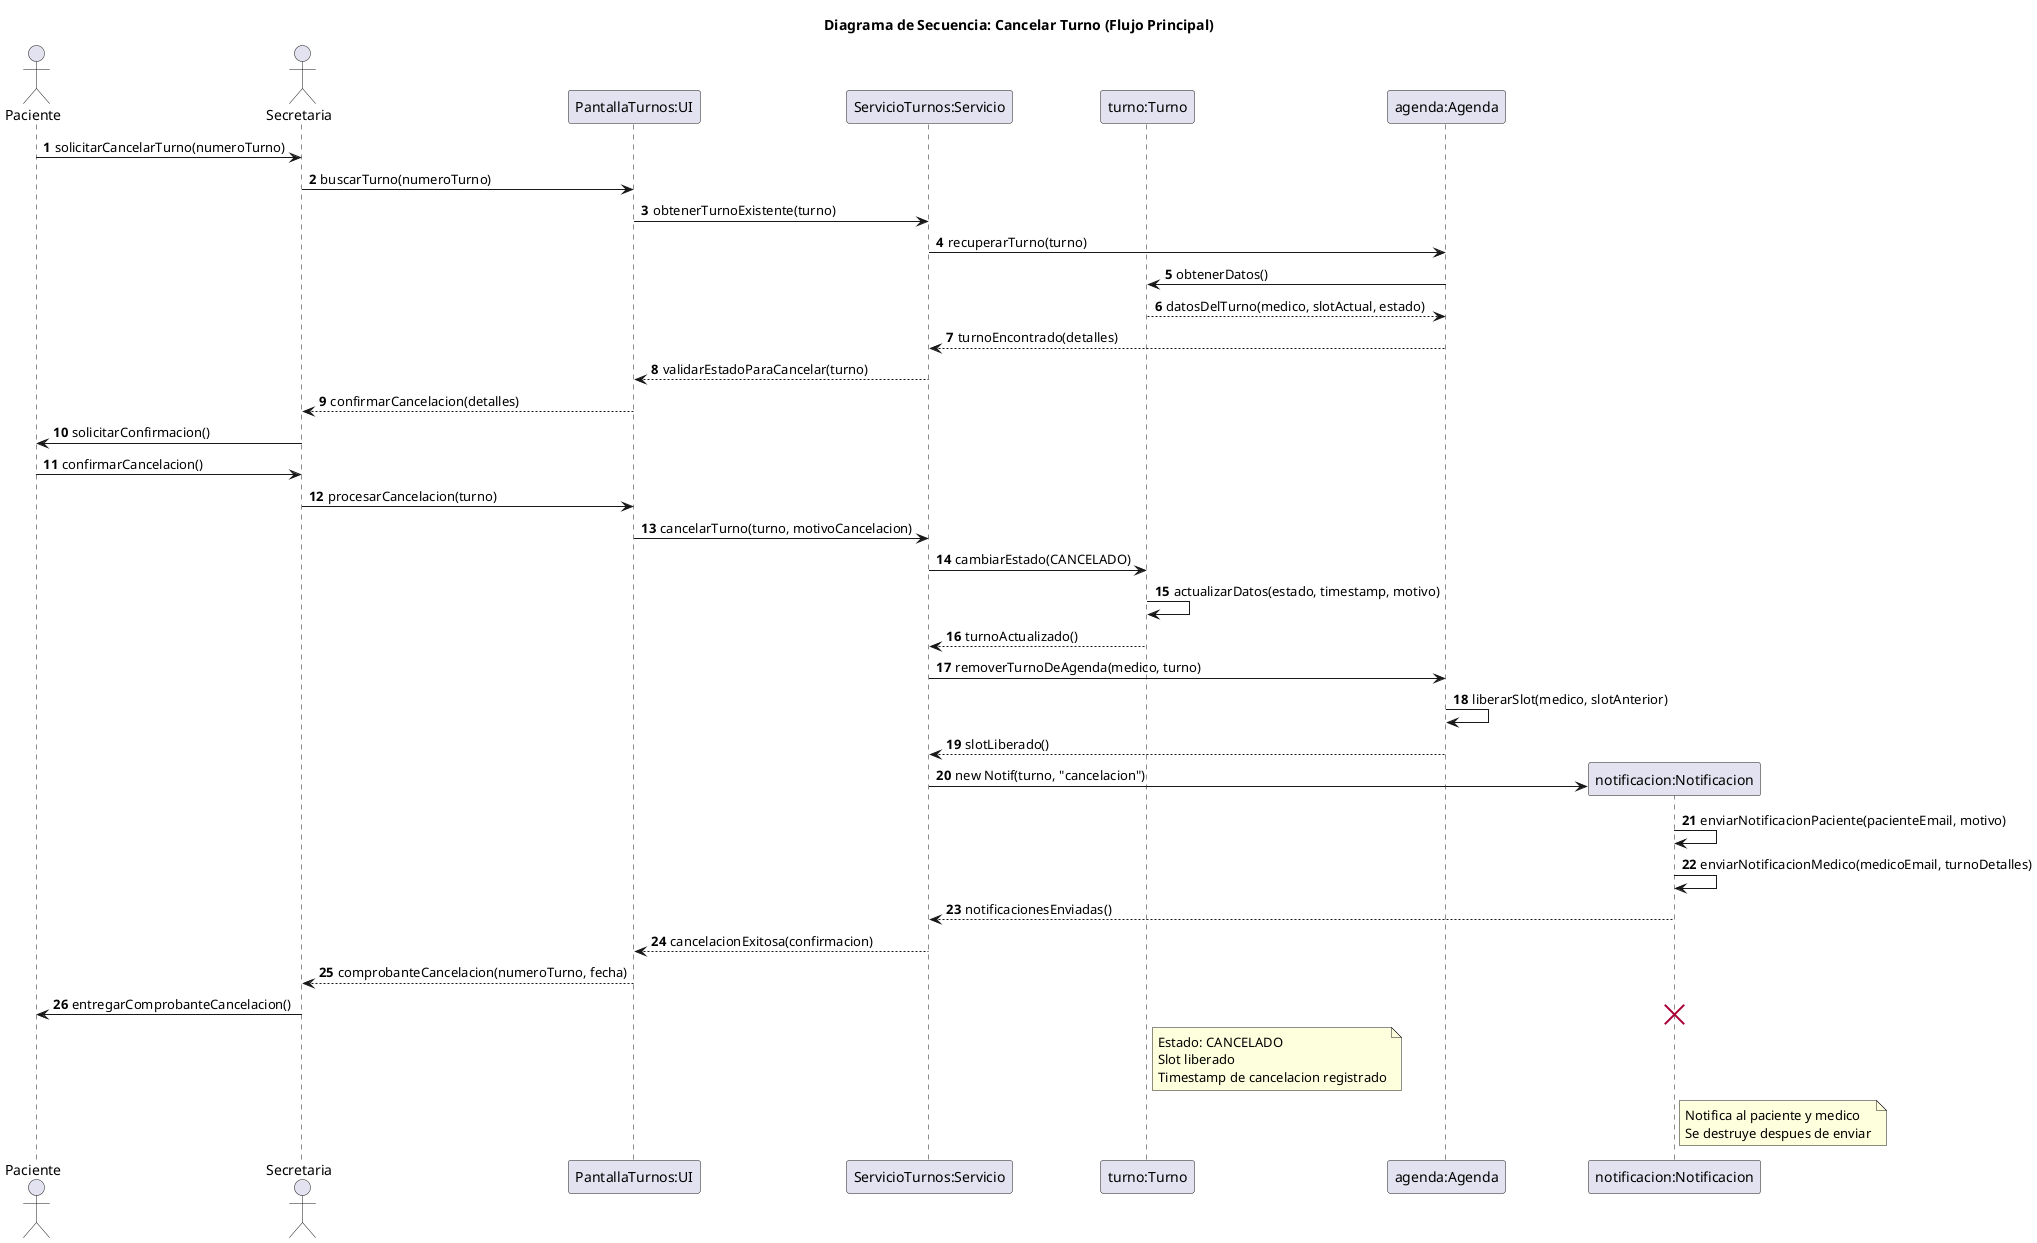
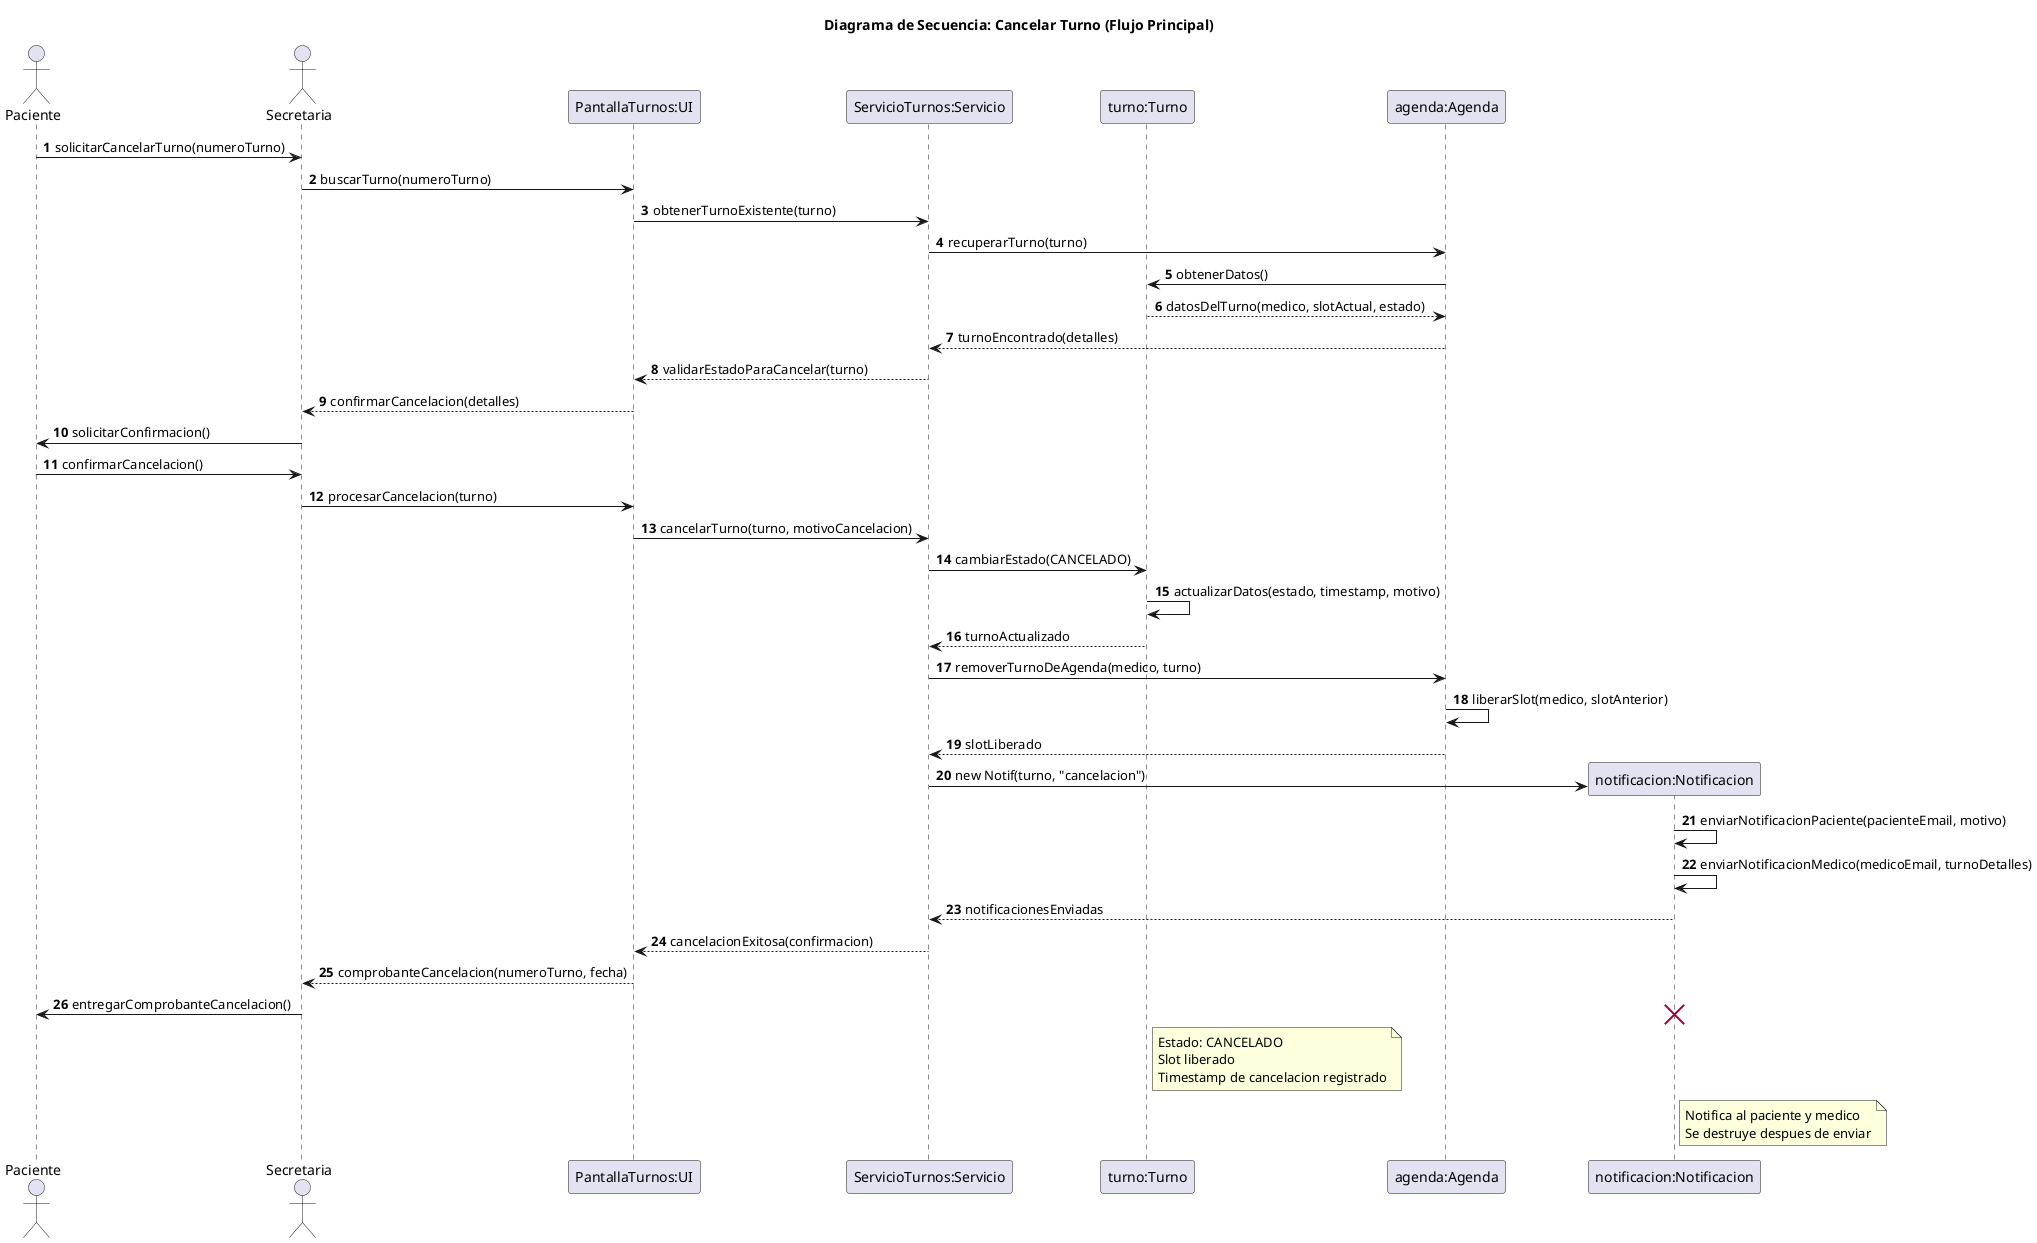
@startuml 05-secuencia-cancelar-turno-flujo-principal-03
title Diagrama de Secuencia: Cancelar Turno (Flujo Principal)

actor Paciente
actor Secretaria
participant "PantallaTurnos:UI" as UI
participant "ServicioTurnos:Servicio" as Servicio
participant "turno:Turno" as Turno
participant "agenda:Agenda" as Agenda
participant "notificacion:Notificacion" as Notif

autonumber

Paciente -> Secretaria: solicitarCancelarTurno(numeroTurno)
Secretaria -> UI: buscarTurno(numeroTurno)
UI -> Servicio: obtenerTurnoExistente(turno)
Servicio -> Agenda: recuperarTurno(turno)
Agenda -> Turno: obtenerDatos()
Turno --> Agenda: datosDelTurno(medico, slotActual, estado)
Agenda --> Servicio: turnoEncontrado(detalles)
Servicio --> UI: validarEstadoParaCancelar(turno)
UI --> Secretaria: confirmarCancelacion(detalles)
Secretaria -> Paciente: solicitarConfirmacion()
Paciente -> Secretaria: confirmarCancelacion()
Secretaria -> UI: procesarCancelacion(turno)
UI -> Servicio: cancelarTurno(turno, motivoCancelacion)
Servicio -> Turno: cambiarEstado(CANCELADO)
Turno -> Turno: actualizarDatos(estado, timestamp, motivo)
- Turno --> Servicio: turnoActualizado()
+ Turno --> Servicio: turnoActualizado
Servicio -> Agenda: removerTurnoDeAgenda(medico, turno)
Agenda -> Agenda: liberarSlot(medico, slotAnterior)
- Agenda --> Servicio: slotLiberado()
+ Agenda --> Servicio: slotLiberado
create Notif
Servicio -> Notif: new Notif(turno, "cancelacion")
Notif -> Notif: enviarNotificacionPaciente(pacienteEmail, motivo)
Notif -> Notif: enviarNotificacionMedico(medicoEmail, turnoDetalles)
- Notif --> Servicio: notificacionesEnviadas()
+ Notif --> Servicio: notificacionesEnviadas
Servicio --> UI: cancelacionExitosa(confirmacion)
UI --> Secretaria: comprobanteCancelacion(numeroTurno, fecha)
Secretaria -> Paciente: entregarComprobanteCancelacion()

note right of Turno
  Estado: CANCELADO
  Slot liberado
  Timestamp de cancelacion registrado
end note

note right of Notif
  Notifica al paciente y medico
  Se destruye despues de enviar
end note

destroy Notif

@enduml
